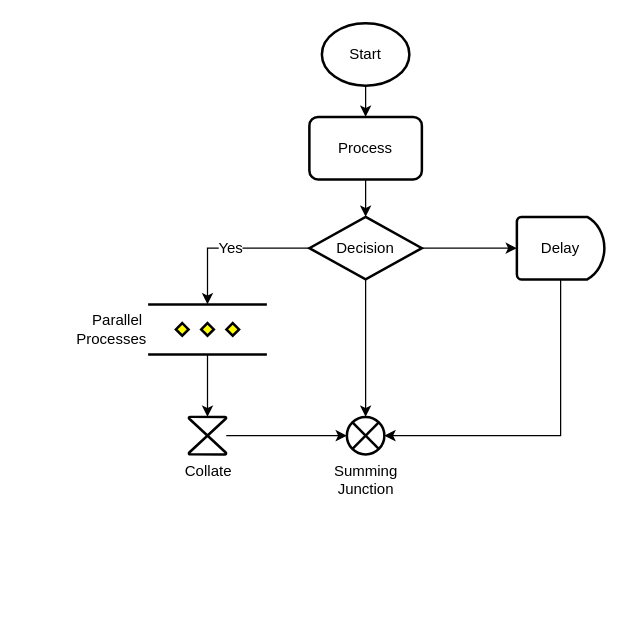
Before: Legend.drawio in benstanfish/Diagrams, a draw.io diagram. Source tidied: cells renumbered, new cells numbered last; positions are measured from the earlier drawing's top-left corner, leaving out a move shared by most shapes. Both pictures are drawn from the tidied source at 125%, with x=0, y=0 at pixel (148, 22).
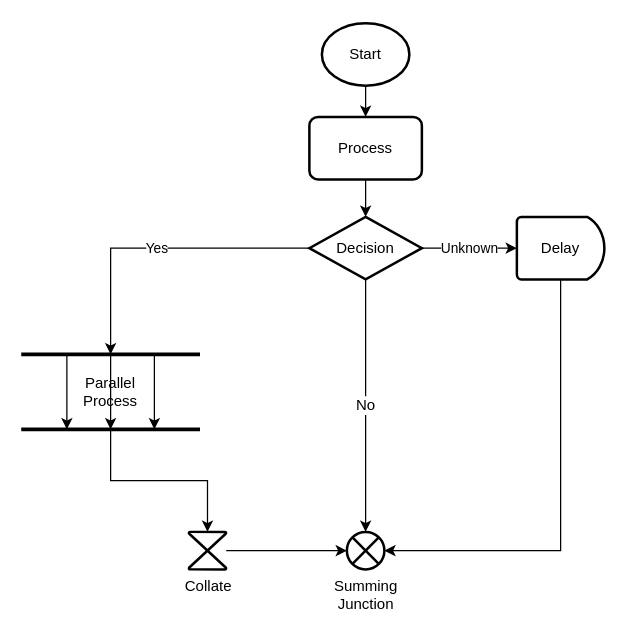
After the change.

Unchanged cells that the change refers to:
```xml
<mxCell id="7" value="Decision" style="strokeWidth=2;html=1;shape=mxgraph.flowchart.decision;whiteSpace=wrap;spacing=12;" parent="1" vertex="1">
  <mxGeometry x="129" y="155" width="90" height="50" as="geometry" />
</mxCell>
<mxCell id="11" value="Delay" style="strokeWidth=2;html=1;shape=mxgraph.flowchart.delay;whiteSpace=wrap;spacing=12;" parent="1" vertex="1">
  <mxGeometry x="295" y="155" width="70" height="50" as="geometry" />
</mxCell>
```

What changed in the source:
```diff
@@
-    <mxCell id="6" style="edgeStyle=orthogonalEdgeStyle;rounded=0;jettySize=auto;html=1;" parent="1" edge="1" source="7" target="11">
+    <mxCell id="6" value="Unknown" style="edgeStyle=orthogonalEdgeStyle;rounded=0;jettySize=auto;html=1;" parent="1" edge="1" source="7" target="11">
       <mxGeometry relative="1" as="geometry" />
     </mxCell>
+    <mxCell id="10" value="Yes" style="edgeStyle=orthogonalEdgeStyle;rounded=0;jettySize=auto;html=1;entryX=0.5;entryY=0;entryDx=0;entryDy=0;" parent="1" edge="1" source="7" target="17">
+      <mxGeometry relative="1" as="geometry" />
+    </mxCell>
@@
-    <mxCell id="8" style="edgeStyle=orthogonalEdgeStyle;rounded=0;jettySize=auto;html=1;" parent="1" edge="1" source="9" target="12">
-      <mxGeometry relative="1" as="geometry" />
-    </mxCell>
-    <mxCell id="9" value="Parallel&amp;nbsp;&lt;div&gt;Processes&lt;/div&gt;" style="verticalLabelPosition=middle;verticalAlign=middle;html=1;shape=mxgraph.flowchart.parallel_mode;strokeWidth=2;labelPosition=left;align=right;" parent="1" vertex="1">
-      <mxGeometry y="225" width="95" height="40" as="geometry" />
-    </mxCell>
-    <mxCell id="10" value="Yes" style="edgeStyle=orthogonalEdgeStyle;rounded=0;jettySize=auto;html=1;entryX=0.5;entryY=0;entryDx=0;entryDy=0;entryPerimeter=0;fontSize=12;" parent="1" edge="1" source="7" target="9">
-      <mxGeometry relative="1" as="geometry" />
-    </mxCell>
@@
     <mxCell id="12" value="Collate" style="verticalLabelPosition=bottom;verticalAlign=top;html=1;shape=mxgraph.flowchart.collate;strokeWidth=2;" parent="1" vertex="1">
-      <mxGeometry x="32.5" y="315" width="30" height="30" as="geometry" />
+      <mxGeometry x="32.5" y="407" width="30" height="30" as="geometry" />
     </mxCell>
     <mxCell id="13" value="Summing&lt;div&gt;Junction&lt;/div&gt;" style="verticalLabelPosition=bottom;verticalAlign=top;html=1;shape=mxgraph.flowchart.or;strokeWidth=2;direction=south;" parent="1" vertex="1">
-      <mxGeometry x="159" y="315" width="30" height="30" as="geometry" />
+      <mxGeometry x="159" y="407" width="30" height="30" as="geometry" />
     </mxCell>
-    <mxCell id="14" style="edgeStyle=orthogonalEdgeStyle;rounded=0;jettySize=auto;html=1;entryX=0;entryY=0.5;entryDx=0;entryDy=0;entryPerimeter=0;fontFamily=Helvetica;fontSize=12;fontColor=default;" parent="1" edge="1" source="7" target="13">
+    <mxCell id="14" value="No" style="edgeStyle=orthogonalEdgeStyle;rounded=0;jettySize=auto;html=1;entryX=0;entryY=0.5;entryDx=0;entryDy=0;entryPerimeter=0;fontFamily=Helvetica;fontSize=12;fontColor=default;" parent="1" edge="1" source="7" target="13">
       <mxGeometry relative="1" as="geometry" />
     </mxCell>
@@
     <mxCell id="16" style="edgeStyle=orthogonalEdgeStyle;rounded=0;jettySize=auto;html=1;entryX=0.5;entryY=0;entryDx=0;entryDy=0;entryPerimeter=0;fontFamily=Helvetica;fontSize=12;fontColor=default;" parent="1" edge="1" source="11" target="13">
       <mxGeometry relative="1" as="geometry">
         <Array as="points">
-          <mxPoint x="330" y="330" />
+          <mxPoint x="330" y="422" />
         </Array>
       </mxGeometry>
     </mxCell>
+    <mxCell id="17" value="Parallel&lt;div&gt;Process&lt;/div&gt;" style="shape=partialRectangle;whiteSpace=wrap;html=1;left=0;right=0;fillColor=none;strokeWidth=3;" parent="1" vertex="1">
+      <mxGeometry x="-100" y="265" width="140" height="60" as="geometry" />
+    </mxCell>
+    <mxCell id="18" style="edgeStyle=orthogonalEdgeStyle;rounded=0;jettySize=auto;html=1;entryX=0.5;entryY=0;entryDx=0;entryDy=0;entryPerimeter=0;" parent="1" edge="1" source="17" target="12">
+      <mxGeometry relative="1" as="geometry" />
+    </mxCell>
+    <mxCell id="19" style="endArrow=classic;html=1;rounded=0;exitX=0.25;exitY=0;exitDx=0;exitDy=0;entryX=0.25;entryY=1;entryDx=0;entryDy=0;" parent="1" edge="1" source="17" target="17">
+      <mxGeometry relative="1" as="geometry" />
+    </mxCell>
+    <mxCell id="20" style="endArrow=classic;html=1;rounded=0;exitX=0.75;exitY=0;exitDx=0;exitDy=0;entryX=0.75;entryY=1;entryDx=0;entryDy=0;" parent="1" edge="1" source="17" target="17">
+      <mxGeometry relative="1" as="geometry" />
+    </mxCell>
+    <mxCell id="21" style="endArrow=classic;html=1;rounded=0;exitX=0.5;exitY=0;exitDx=0;exitDy=0;entryX=0.5;entryY=1;entryDx=0;entryDy=0;" parent="1" edge="1" source="17" target="17">
+      <mxGeometry relative="1" as="geometry" />
+    </mxCell>
```
